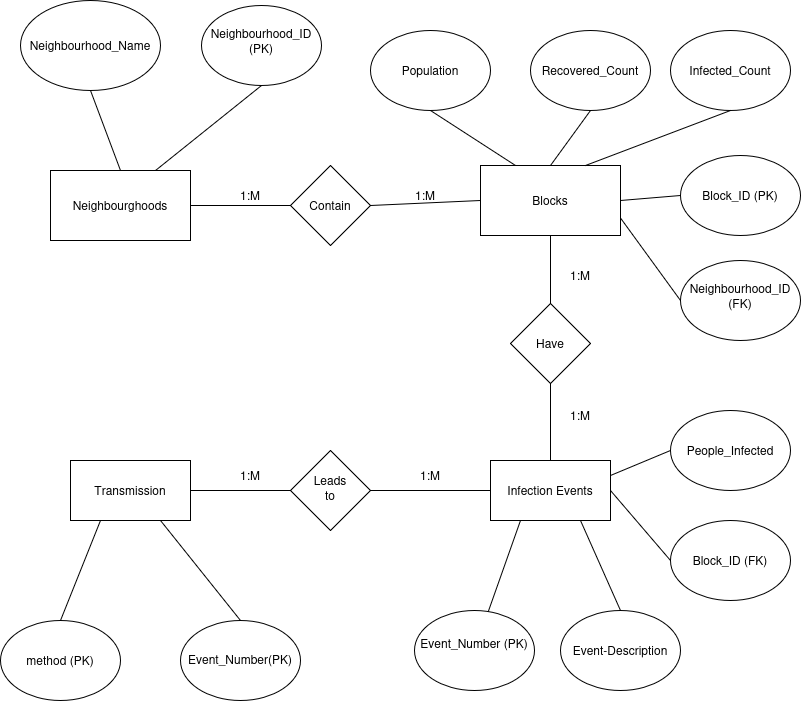
The draw.io diagram ERD.png in lappland-stack/Datascience-Assignment-UoS, before a commit. Source tidied: cells renumbered, new cells last; positions are measured from the earlier drawing's top-left corner, leaving out a move shared by most shapes.
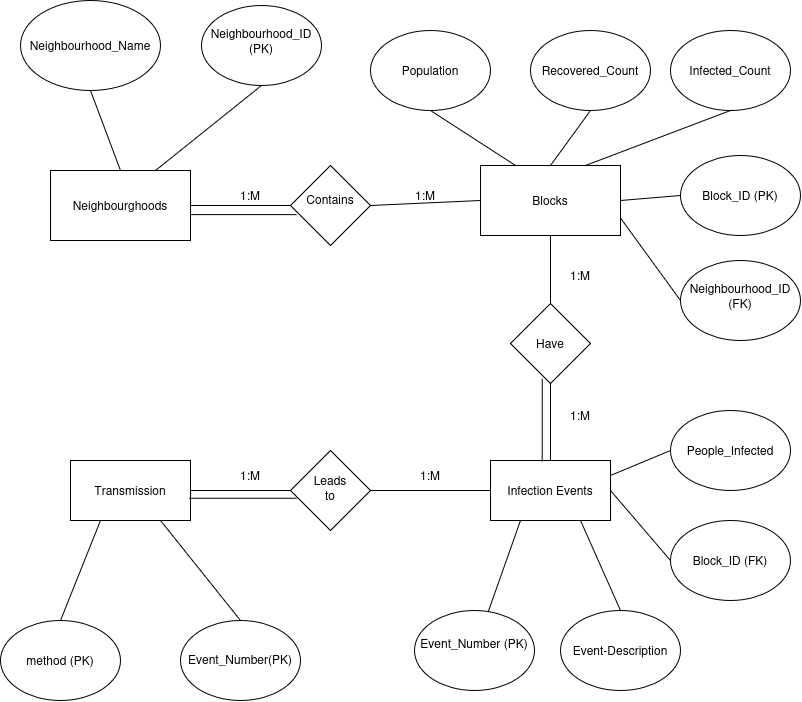
After the change.

What changed in the source:
```diff
@@ -50,7 +50,7 @@
     <mxCell id="17" style="endArrow=none;html=1;rounded=0;defaultLabelBackgroundColor=page;entryX=0.5;entryY=1;entryDx=0;entryDy=0;exitX=0.5;exitY=0;exitDx=0;exitDy=0;" parent="1" edge="1" source="2" target="5">
       <mxGeometry relative="1" as="geometry" />
     </mxCell>
-    <mxCell id="18" value="Contain" style="rhombus;whiteSpace=wrap;html=1;shapeInside=1;" parent="1" vertex="1">
+    <mxCell id="18" value="Contains" style="rhombus;whiteSpace=wrap;html=1;shapeInside=1;" parent="1" vertex="1">
       <mxGeometry x="290" y="165" width="80" height="80" as="geometry" />
     </mxCell>
     <mxCell id="19" style="endArrow=none;html=1;rounded=0;defaultLabelBackgroundColor=page;entryX=0;entryY=0.5;entryDx=0;entryDy=0;exitX=1;exitY=0.5;exitDx=0;exitDy=0;" parent="1" edge="1" source="18" target="3">
@@ -139,5 +139,14 @@
     <mxCell id="46" value="1:M" style="text;html=1;whiteSpace=wrap;strokeColor=none;fillColor=none;align=center;verticalAlign=middle;rounded=0;" parent="1" vertex="1">
       <mxGeometry x="220" y="460" width="60" height="30" as="geometry" />
     </mxCell>
+    <mxCell id="47" style="endArrow=none;html=1;rounded=0;defaultLabelBackgroundColor=page;entryX=0.076;entryY=0.614;entryDx=0;entryDy=0;entryPerimeter=0;exitX=1;exitY=0.63;exitDx=0;exitDy=0;exitPerimeter=0;" parent="1" edge="1" source="2" target="18">
+      <mxGeometry relative="1" as="geometry" />
+    </mxCell>
+    <mxCell id="48" style="endArrow=none;html=1;rounded=0;defaultLabelBackgroundColor=page;entryX=0.397;entryY=0.941;entryDx=0;entryDy=0;entryPerimeter=0;exitX=0.431;exitY=0.015;exitDx=0;exitDy=0;exitPerimeter=0;" parent="1" edge="1" source="4" target="27">
+      <mxGeometry relative="1" as="geometry" />
+    </mxCell>
+    <mxCell id="49" style="endArrow=none;html=1;rounded=0;defaultLabelBackgroundColor=page;exitX=0.991;exitY=0.629;exitDx=0;exitDy=0;exitPerimeter=0;entryX=0.076;entryY=0.597;entryDx=0;entryDy=0;entryPerimeter=0;" parent="1" edge="1" source="11" target="37">
+      <mxGeometry relative="1" as="geometry" />
+    </mxCell>
   </root>
 </mxGraphModel>
```
